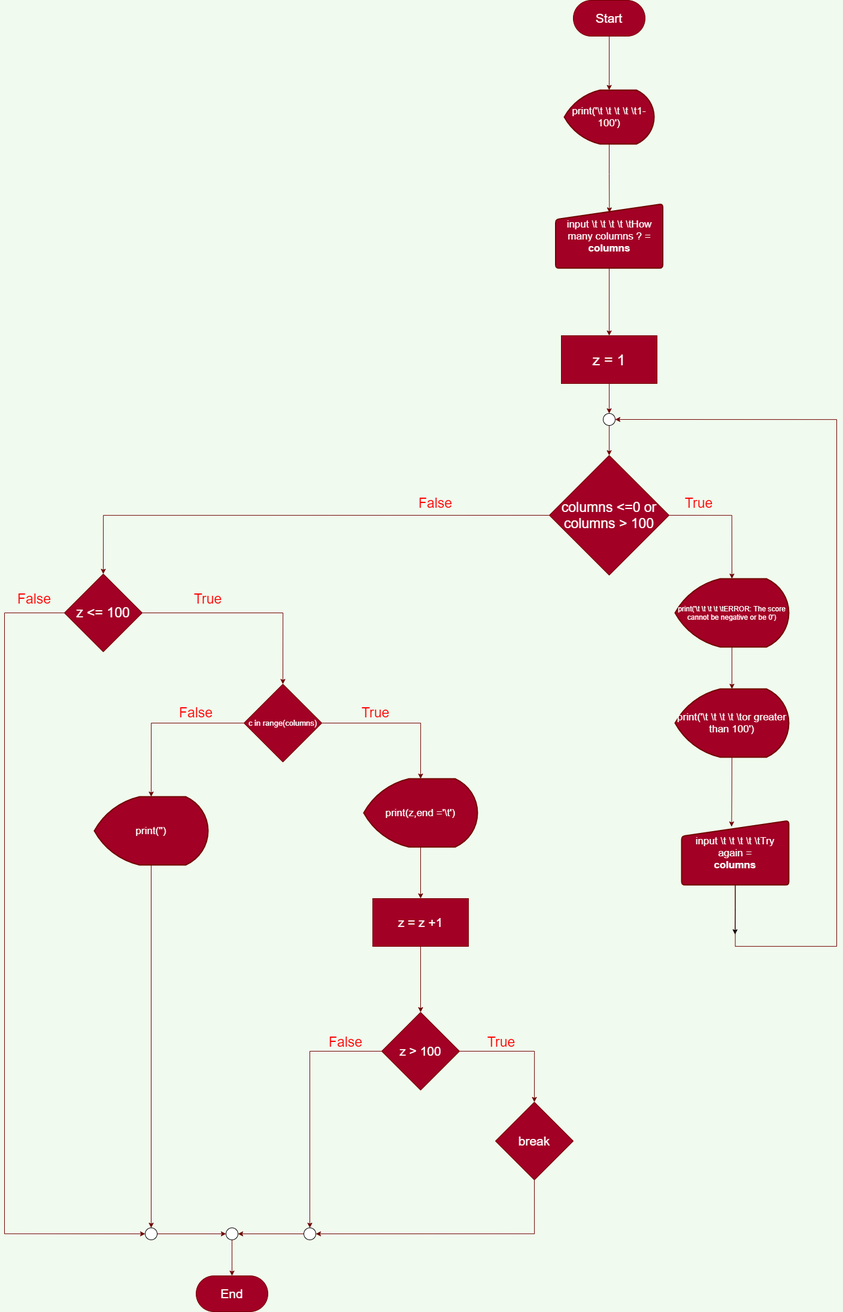
Above: Homework/flowHomework_02.png in JakapatJod/INE-PYTHON-64 (draw.io), before the change. Source tidied: cells renumbered, new cells last; positions are measured from the earlier drawing's top-left corner, leaving out a move shared by most shapes.
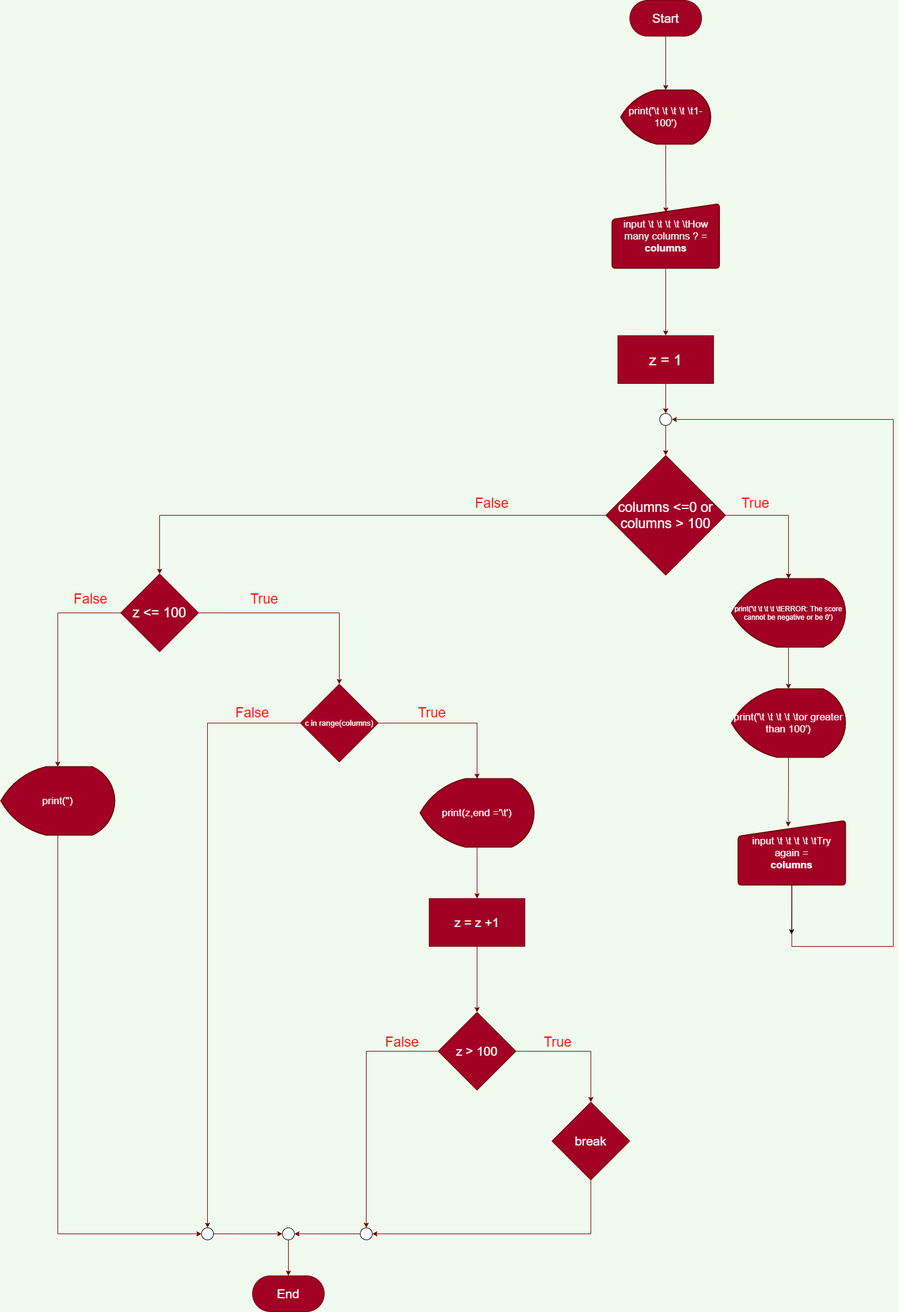
The same diagram one commit later.

Diff of the diagram source:
```diff
@@ -81,23 +81,18 @@
     <mxCell id="24" style="edgeStyle=orthogonalEdgeStyle;rounded=0;jettySize=auto;html=1;exitX=1;exitY=0.5;exitDx=0;exitDy=0;entryX=0.5;entryY=0;entryDx=0;entryDy=0;fillColor=#a20025;strokeColor=#6F0000;" parent="1" edge="1" source="26" target="29">
       <mxGeometry relative="1" as="geometry" />
     </mxCell>
-    <mxCell id="25" style="edgeStyle=orthogonalEdgeStyle;rounded=0;jettySize=auto;html=1;exitX=0;exitY=0.5;exitDx=0;exitDy=0;fillColor=#a20025;strokeColor=#6F0000;entryX=0;entryY=0.5;entryDx=0;entryDy=0;entryPerimeter=0;" parent="1" edge="1" source="26" target="48">
-      <mxGeometry relative="1" as="geometry">
-        <Array as="points">
-          <mxPoint y="1023" />
-          <mxPoint y="2060" />
-        </Array>
-      </mxGeometry>
-    </mxCell>
+    <mxCell id="54" style="edgeStyle=orthogonalEdgeStyle;rounded=0;jettySize=auto;html=1;exitX=0;exitY=0.5;exitDx=0;exitDy=0;entryX=0.5;entryY=0;entryDx=0;entryDy=0;entryPerimeter=0;fillColor=#a20025;strokeColor=#6F0000;" parent="1" edge="1" source="26" target="42">
+      <mxGeometry relative="1" as="geometry" />
+    </mxCell>
     <mxCell id="26" value="&lt;span style=&quot;font-size: 23px&quot;&gt;z &amp;lt;= 100&lt;/span&gt;" style="rhombus;whiteSpace=wrap;html=1;fillColor=#a20025;strokeColor=#6F0000;fontColor=#ffffff;" parent="1" vertex="1">
       <mxGeometry x="100" y="958" width="130" height="130" as="geometry" />
     </mxCell>
     <mxCell id="27" style="edgeStyle=orthogonalEdgeStyle;rounded=0;jettySize=auto;html=1;exitX=1;exitY=0.5;exitDx=0;exitDy=0;entryX=0.5;entryY=0;entryDx=0;entryDy=0;entryPerimeter=0;fillColor=#a20025;strokeColor=#6F0000;" parent="1" edge="1" source="29" target="31">
       <mxGeometry relative="1" as="geometry" />
     </mxCell>
-    <mxCell id="28" style="edgeStyle=orthogonalEdgeStyle;rounded=0;jettySize=auto;html=1;exitX=0;exitY=0.5;exitDx=0;exitDy=0;entryX=0.5;entryY=0;entryDx=0;entryDy=0;entryPerimeter=0;fillColor=#a20025;strokeColor=#6F0000;" parent="1" edge="1" source="29" target="42">
-      <mxGeometry relative="1" as="geometry" />
-    </mxCell>
+    <mxCell id="55" style="edgeStyle=orthogonalEdgeStyle;rounded=0;jettySize=auto;html=1;exitX=0;exitY=0.5;exitDx=0;exitDy=0;entryX=0.5;entryY=0;entryDx=0;entryDy=0;entryPerimeter=0;fillColor=#a20025;strokeColor=#6F0000;" parent="1" edge="1" source="29" target="48">
+      <mxGeometry relative="1" as="geometry" />
+    </mxCell>
     <mxCell id="29" value="&lt;font style=&quot;font-size: 13px&quot;&gt;c in range(columns)&lt;/font&gt;" style="rhombus;whiteSpace=wrap;html=1;fillColor=#a20025;strokeColor=#6F0000;fontColor=#ffffff;" parent="1" vertex="1">
       <mxGeometry x="400" y="1142" width="130" height="130" as="geometry" />
     </mxCell>
@@ -134,12 +129,6 @@
     <mxCell id="40" value="&lt;font color=&quot;#ff0000&quot; style=&quot;font-size: 23px&quot;&gt;True&lt;/font&gt;" style="text;html=1;strokeColor=none;fillColor=none;align=center;verticalAlign=middle;whiteSpace=wrap;rounded=0;" parent="1" vertex="1">
       <mxGeometry x="810" y="1730" width="40" height="20" as="geometry" />
     </mxCell>
-    <mxCell id="41" style="edgeStyle=orthogonalEdgeStyle;rounded=0;jettySize=auto;html=1;exitX=0.5;exitY=1;exitDx=0;exitDy=0;exitPerimeter=0;fillColor=#a20025;strokeColor=#6F0000;entryX=0.5;entryY=0;entryDx=0;entryDy=0;entryPerimeter=0;" parent="1" edge="1" source="42" target="48">
-      <mxGeometry relative="1" as="geometry" />
-    </mxCell>
-    <mxCell id="42" value="&lt;font style=&quot;font-size: 17px&quot;&gt;print('')&lt;/font&gt;" style="strokeWidth=2;html=1;shape=mxgraph.flowchart.display;whiteSpace=wrap;fillColor=#a20025;strokeColor=#6F0000;fontColor=#ffffff;" parent="1" vertex="1">
-      <mxGeometry x="150" y="1330" width="190" height="114" as="geometry" />
-    </mxCell>
     <mxCell id="43" value="&lt;font color=&quot;#ff0000&quot;&gt;&lt;span style=&quot;font-size: 23px&quot;&gt;False&lt;/span&gt;&lt;/font&gt;" style="text;html=1;strokeColor=none;fillColor=none;align=center;verticalAlign=middle;whiteSpace=wrap;rounded=0;" parent="1" vertex="1">
       <mxGeometry x="300" y="1180" width="40" height="20" as="geometry" />
     </mxCell>
@@ -173,5 +162,11 @@
     <mxCell id="53" value="&lt;font color=&quot;#ff0000&quot;&gt;&lt;span style=&quot;font-size: 23px&quot;&gt;False&lt;/span&gt;&lt;/font&gt;" style="text;html=1;strokeColor=none;fillColor=none;align=center;verticalAlign=middle;whiteSpace=wrap;rounded=0;" parent="1" vertex="1">
       <mxGeometry x="30" y="990" width="40" height="20" as="geometry" />
     </mxCell>
+    <mxCell id="41" style="edgeStyle=orthogonalEdgeStyle;rounded=0;jettySize=auto;html=1;exitX=0.5;exitY=1;exitDx=0;exitDy=0;exitPerimeter=0;fillColor=#a20025;strokeColor=#6F0000;entryX=0;entryY=0.5;entryDx=0;entryDy=0;entryPerimeter=0;" parent="1" edge="1" source="42" target="48">
+      <mxGeometry relative="1" as="geometry" />
+    </mxCell>
+    <mxCell id="42" value="&lt;font style=&quot;font-size: 17px&quot;&gt;print('')&lt;/font&gt;" style="strokeWidth=2;html=1;shape=mxgraph.flowchart.display;whiteSpace=wrap;fillColor=#a20025;strokeColor=#6F0000;fontColor=#ffffff;" parent="1" vertex="1">
+      <mxGeometry x="-100" y="1280" width="190" height="114" as="geometry" />
+    </mxCell>
   </root>
 </mxGraphModel>
```
